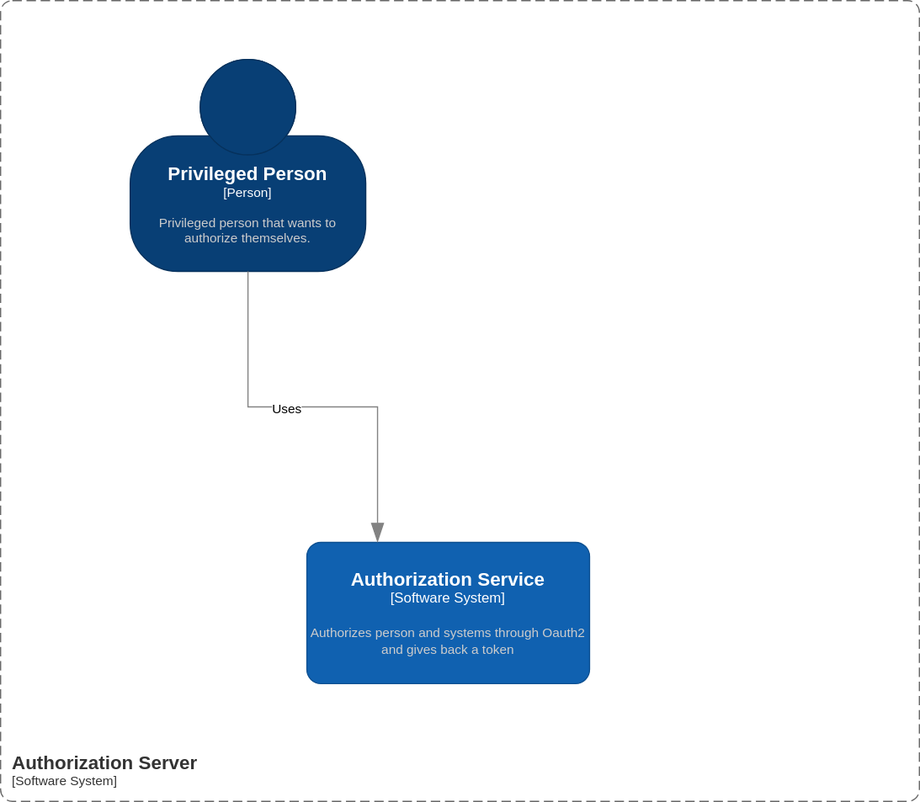
andyholst/drawward keeps this draw.io diagram as docs/design/drawio/System.svg. Above is the earlier version. Source tidied: cells renumbered, new cells last; positions are measured from the earlier drawing's top-left corner, leaving out a move shared by most shapes.
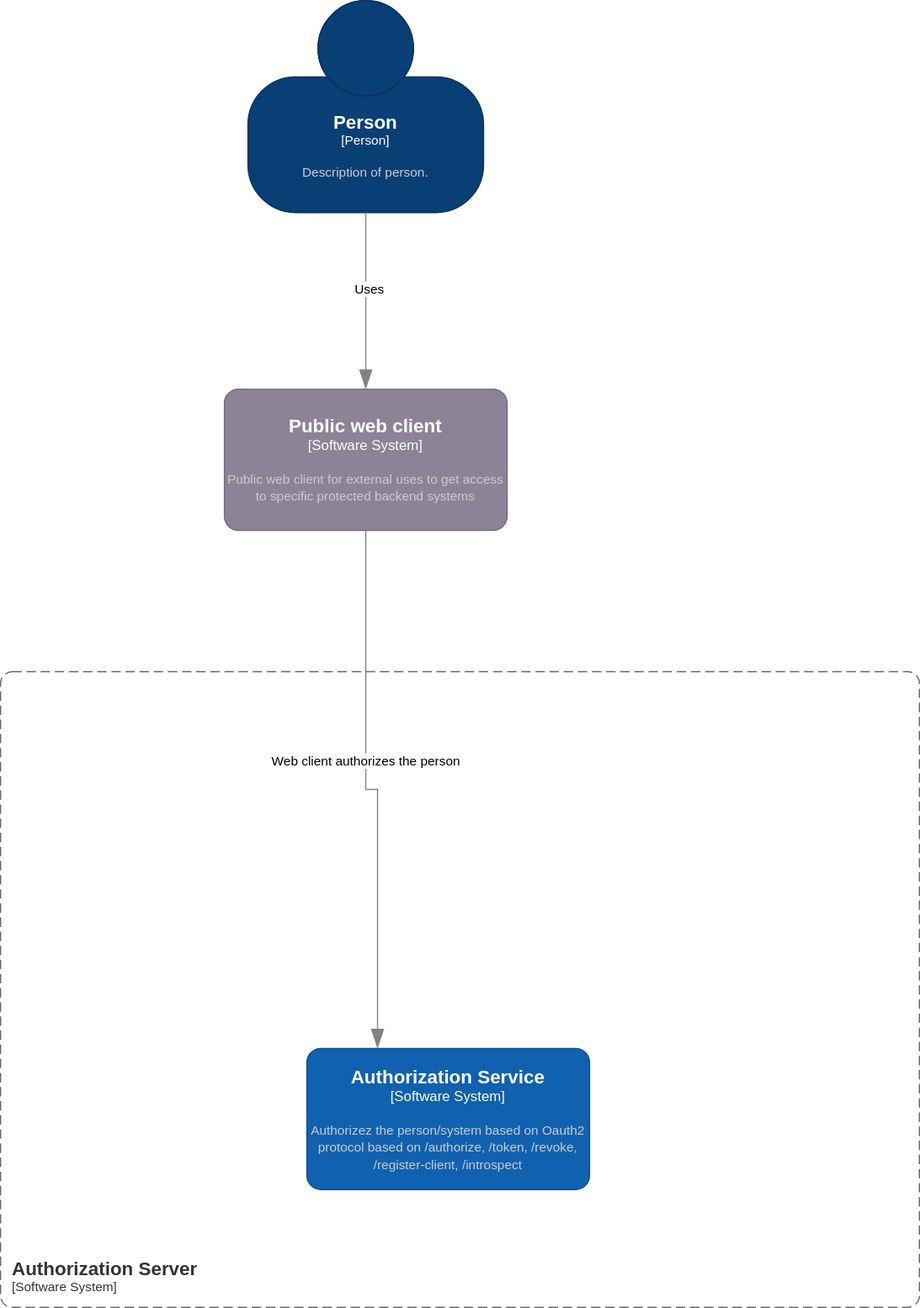
The same file after the commit.

The edit, as a diff of the source:
```diff
@@ -2,28 +2,41 @@
   <root>
     <mxCell id="0" />
     <mxCell id="1" parent="0" />
-    <object id="2" label="&lt;font style=&quot;font-size: 16px&quot;&gt;&lt;b&gt;%c4Name%&lt;/b&gt;&lt;/font&gt;&lt;div&gt;[%c4Type%]&lt;/div&gt;&lt;br&gt;&lt;div&gt;&lt;font style=&quot;font-size: 11px&quot;&gt;&lt;font color=&quot;#cccccc&quot;&gt;%c4Description%&lt;/font&gt;&lt;/div&gt;" c4Description="Privileged person that wants to authorize themselves." c4Name="Privileged Person" c4Type="Person" placeholders="1">
-      <mxCell style="html=1;fontSize=11;dashed=0;whiteSpace=wrap;fillColor=#083F75;strokeColor=#06315C;fontColor=#ffffff;shape=mxgraph.c4.person2;align=center;points=[[0.5,0,0],[1,0.5,0],[1,0.75,0],[0.75,1,0],[0.5,1,0],[0.25,1,0],[0,0.75,0],[0,0.5,0]];" parent="1" vertex="1">
-        <mxGeometry x="110" y="50" width="200" height="180" as="geometry" />
-      </mxCell>
-    </object>
     <object id="3" label="&lt;font style=&quot;font-size: 16px&quot;&gt;&lt;b&gt;&lt;div style=&quot;text-align: left&quot;&gt;%c4Name%&lt;/div&gt;&lt;/b&gt;&lt;/font&gt;&lt;div style=&quot;text-align: left&quot;&gt;[%c4Application%]&lt;/div&gt;" c4Application="Software System" c4Name="Authorization Server" c4Type="SystemScopeBoundary" placeholders="1">
       <mxCell style="rounded=1;fontSize=11;whiteSpace=wrap;html=1;dashed=1;arcSize=20;fillColor=none;strokeColor=#666666;fontColor=#333333;labelBackgroundColor=none;align=left;verticalAlign=bottom;labelBorderColor=none;spacingTop=0;spacing=10;dashPattern=8 4;perimeter=rectanglePerimeter;noLabel=0;labelPadding=0;absoluteArcSize=1;" parent="1" vertex="1">
-        <mxGeometry width="780" height="680" as="geometry" />
+        <mxGeometry y="140" width="780" height="540" as="geometry" />
       </mxCell>
     </object>
-    <object id="4" label="&lt;font style=&quot;font-size: 16px&quot;&gt;&lt;b&gt;%c4Name%&lt;/b&gt;&lt;/font&gt;&lt;div&gt;[%c4Type%]&lt;/div&gt;&lt;br&gt;&lt;div&gt;&lt;font style=&quot;font-size: 11px&quot;&gt;&lt;font color=&quot;#cccccc&quot;&gt;%c4Description%&lt;/font&gt;&lt;/div&gt;" c4Description="Authorizes person and systems through Oauth2 and gives back a token" c4Name="Authorization Service" c4Type="Software System" placeholders="1">
+    <object id="4" label="&lt;font style=&quot;font-size: 16px&quot;&gt;&lt;b&gt;%c4Name%&lt;/b&gt;&lt;/font&gt;&lt;div&gt;[%c4Type%]&lt;/div&gt;&lt;br&gt;&lt;div&gt;&lt;font style=&quot;font-size: 11px&quot;&gt;&lt;font color=&quot;#cccccc&quot;&gt;%c4Description%&lt;/font&gt;&lt;/div&gt;" c4Description="Authorizez the person/system based on Oauth2 protocol based on /authorize, /token, /revoke, /register-client, /introspect" c4Name="Authorization Service" c4Type="Software System" placeholders="1">
       <mxCell style="rounded=1;whiteSpace=wrap;html=1;labelBackgroundColor=none;fillColor=#1061B0;fontColor=#ffffff;align=center;arcSize=10;strokeColor=#0D5091;points=[[0.25,0,0],[0.5,0,0],[0.75,0,0],[1,0.25,0],[1,0.5,0],[1,0.75,0],[0.75,1,0],[0.5,1,0],[0.25,1,0],[0,0.75,0],[0,0.5,0],[0,0.25,0]];" parent="1" vertex="1">
         <mxGeometry x="260" y="460" width="240" height="120" as="geometry" />
       </mxCell>
     </object>
     <object id="5" label="" c4Type="Relationship" placeholders="1">
-      <mxCell style="endArrow=blockThin;html=1;fontSize=10;fontColor=#404040;strokeWidth=1;endFill=1;strokeColor=#828282;elbow=vertical;endSize=14;startSize=14;jumpStyle=arc;jumpSize=16;rounded=0;edgeStyle=orthogonalEdgeStyle;exitX=0.5;exitY=1;exitDx=0;exitDy=0;exitPerimeter=0;entryX=0.25;entryY=0;entryDx=0;entryDy=0;entryPerimeter=0;" parent="1" edge="1" source="2" target="4">
+      <mxCell style="endArrow=blockThin;html=1;fontSize=10;fontColor=#404040;strokeWidth=1;endFill=1;strokeColor=#828282;elbow=vertical;endSize=14;startSize=14;jumpStyle=arc;jumpSize=16;rounded=0;edgeStyle=orthogonalEdgeStyle;exitX=0.5;exitY=1;exitDx=0;exitDy=0;exitPerimeter=0;entryX=0.25;entryY=0;entryDx=0;entryDy=0;entryPerimeter=0;" parent="1" edge="1" source="7" target="4">
         <mxGeometry relative="1" as="geometry" />
       </mxCell>
     </object>
-    <mxCell id="6" value="Uses" style="edgeLabel;html=1;align=center;verticalAlign=middle;" parent="5" vertex="1">
+    <mxCell id="6" value="Web client authorizes the person" style="edgeLabel;html=1;align=center;verticalAlign=middle;" parent="5" vertex="1">
       <mxGeometry x="-0.14" y="-1" relative="1" as="geometry" />
     </mxCell>
+    <object id="2" label="&lt;font style=&quot;font-size: 16px&quot;&gt;&lt;b&gt;%c4Name%&lt;/b&gt;&lt;/font&gt;&lt;div&gt;[%c4Type%]&lt;/div&gt;&lt;br&gt;&lt;div&gt;&lt;font style=&quot;font-size: 11px&quot;&gt;&lt;font color=&quot;#cccccc&quot;&gt;%c4Description%&lt;/font&gt;&lt;/div&gt;" c4Description="Description of person." c4Name="Person" c4Type="Person" placeholders="1">
+      <mxCell style="html=1;fontSize=11;dashed=0;whiteSpace=wrap;fillColor=#083F75;strokeColor=#06315C;fontColor=#ffffff;shape=mxgraph.c4.person2;align=center;points=[[0.5,0,0],[1,0.5,0],[1,0.75,0],[0.75,1,0],[0.5,1,0],[0.25,1,0],[0,0.75,0],[0,0.5,0]];" parent="1" vertex="1">
+        <mxGeometry x="210" y="-430" width="200" height="180" as="geometry" />
+      </mxCell>
+    </object>
+    <object id="7" label="&lt;font style=&quot;font-size: 16px&quot;&gt;&lt;b&gt;%c4Name%&lt;/b&gt;&lt;/font&gt;&lt;div&gt;[%c4Type%]&lt;/div&gt;&lt;br&gt;&lt;div&gt;&lt;font style=&quot;font-size: 11px&quot;&gt;&lt;font color=&quot;#cccccc&quot;&gt;%c4Description%&lt;/font&gt;&lt;/div&gt;" c4Description="Public web client for external uses to get access to specific protected backend systems" c4Name="Public web client" c4Type="Software System" placeholders="1">
+      <mxCell style="rounded=1;whiteSpace=wrap;html=1;labelBackgroundColor=none;fillColor=#8C8496;fontColor=#ffffff;align=center;arcSize=10;strokeColor=#736782;points=[[0.25,0,0],[0.5,0,0],[0.75,0,0],[1,0.25,0],[1,0.5,0],[1,0.75,0],[0.75,1,0],[0.5,1,0],[0.25,1,0],[0,0.75,0],[0,0.5,0],[0,0.25,0]];" parent="1" vertex="1">
+        <mxGeometry x="190" y="-100" width="240" height="120" as="geometry" />
+      </mxCell>
+    </object>
+    <object id="8" label="" c4Type="Relationship" placeholders="1">
+      <mxCell style="endArrow=blockThin;html=1;fontSize=10;fontColor=#404040;strokeWidth=1;endFill=1;strokeColor=#828282;elbow=vertical;endSize=14;startSize=14;jumpStyle=arc;jumpSize=16;rounded=0;edgeStyle=orthogonalEdgeStyle;entryX=0.5;entryY=0;entryDx=0;entryDy=0;entryPerimeter=0;exitX=0.5;exitY=1;exitDx=0;exitDy=0;exitPerimeter=0;" parent="1" edge="1" source="2" target="7">
+        <mxGeometry relative="1" as="geometry" />
+      </mxCell>
+    </object>
+    <mxCell id="9" value="Uses" style="edgeLabel;html=1;align=center;verticalAlign=middle;" parent="8" vertex="1">
+      <mxGeometry x="-0.15" y="2" relative="1" as="geometry" />
+    </mxCell>
   </root>
 </mxGraphModel>
```
